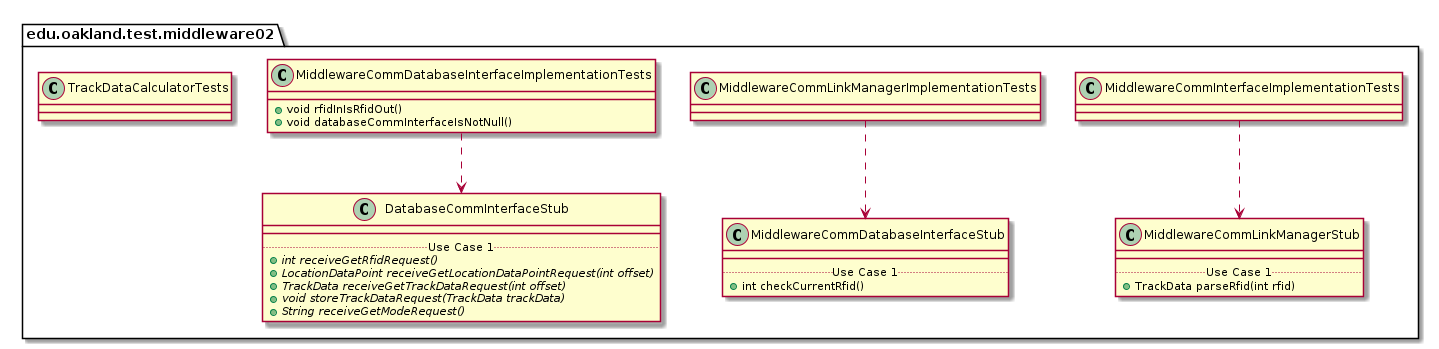
Before: docs/uml-class-diagrams/middleware02/test/Middleware02TestPackage_InternalDependencies.png, a diagram exported from PlantUML (casher-ou/csi-3370-software-project).
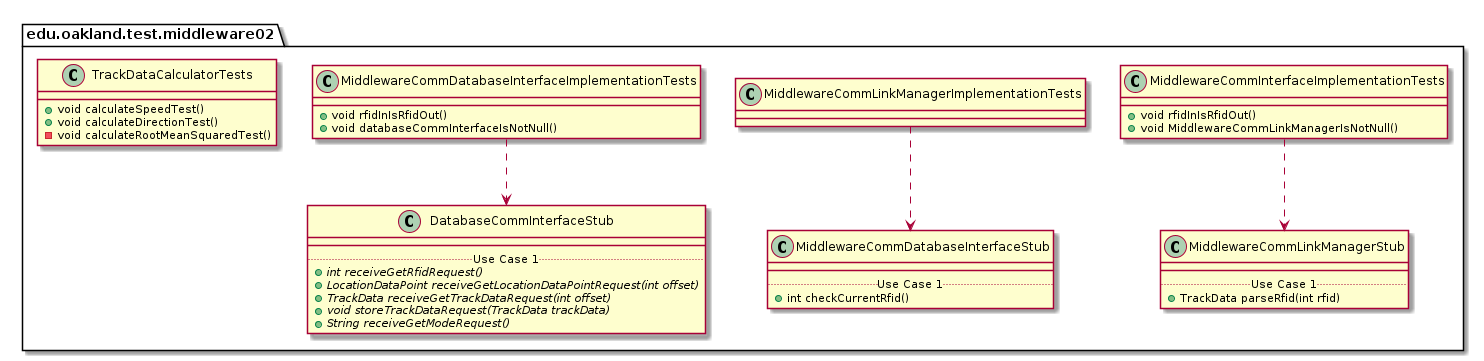
The same diagram one commit later.

The edit, as a diff of the source:
```diff
@@ -7,7 +7,8 @@
 
 package edu.oakland.test.middleware02 {
     class MiddlewareCommInterfaceImplementationTests {
-
+        + void rfidInIsRfidOut()
+        + void MiddlewareCommLinkManagerIsNotNull()
     }
 }
 
@@ -65,7 +66,9 @@
 
 package edu.oakland.test.middleware02 {
     class TrackDataCalculatorTests {
-
+      + void calculateSpeedTest()
+      + void calculateDirectionTest()
+      - void calculateRootMeanSquaredTest()
     }
 }
 
```
